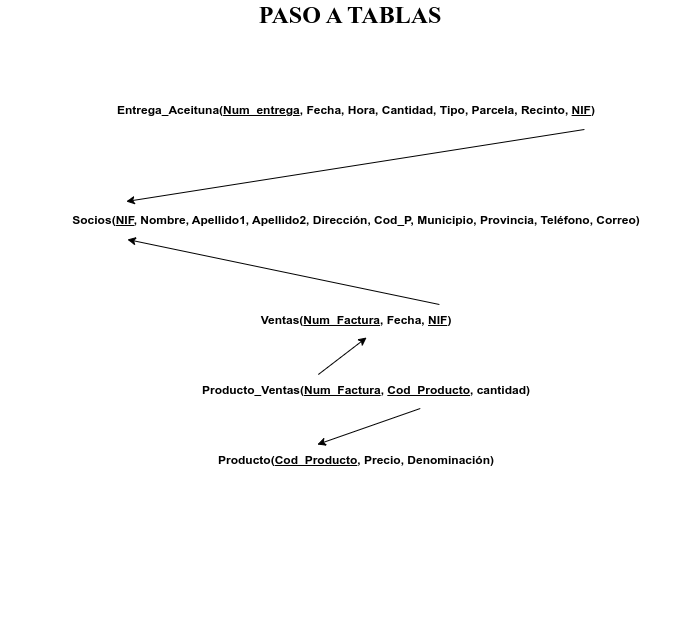
This is PASO_A_TABLAS.png from Rmolser373/PROYECTO-FINAL, a draw.io export, as it was before one commit. Source tidied: cells renumbered, new cells last; positions are measured from the earlier drawing's top-left corner, leaving out a move shared by most shapes.
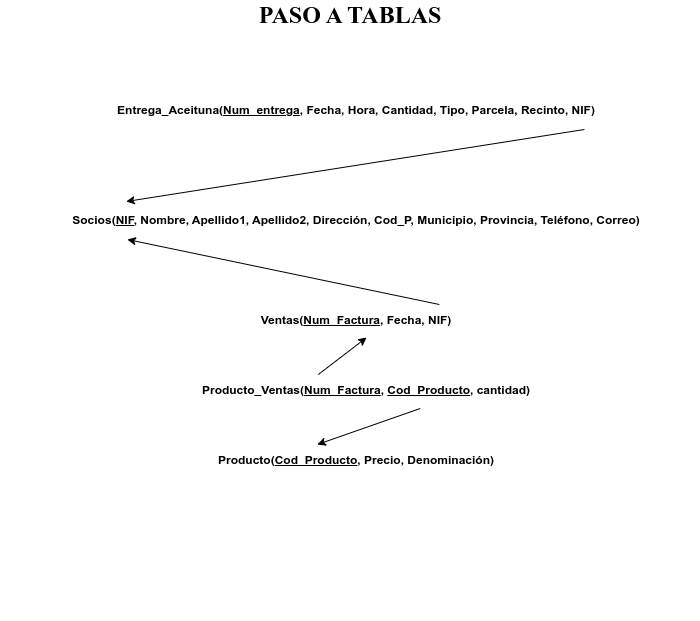
Later version of the same file.

Commit message:
CAMBIADA LA IMAGEN

Change to the diagram source:
```diff
@@ -23,13 +23,13 @@
         <mxPoint x="446" y="610" as="targetPoint" />
       </mxGeometry>
     </mxCell>
-    <mxCell id="6" value="&lt;b&gt;Entrega_Aceituna(&lt;u&gt;Num_entrega&lt;/u&gt;, Fecha, Hora, Cantidad, Tipo, Parcela, Recinto, &lt;u&gt;NIF&lt;/u&gt;)&lt;/b&gt;" style="text;html=1;align=center;verticalAlign=middle;whiteSpace=wrap;rounded=0;" parent="1" vertex="1">
+    <mxCell id="6" value="&lt;b&gt;Entrega_Aceituna(&lt;u&gt;Num_entrega&lt;/u&gt;, Fecha, Hora, Cantidad, Tipo, Parcela, Recinto, NIF)&lt;/b&gt;" style="text;html=1;align=center;verticalAlign=middle;whiteSpace=wrap;rounded=0;" parent="1" vertex="1">
       <mxGeometry x="76" y="95" width="560" height="30" as="geometry" />
     </mxCell>
     <mxCell id="7" value="&lt;b&gt;Socios(&lt;u&gt;NIF&lt;/u&gt;, Nombre, Apellido1, Apellido2, Dirección, Cod_P, Municipio, Provincia, Teléfono, Correo)&lt;/b&gt;" style="text;html=1;align=center;verticalAlign=middle;whiteSpace=wrap;rounded=0;" parent="1" vertex="1">
       <mxGeometry x="66" y="205" width="580" height="30" as="geometry" />
     </mxCell>
-    <mxCell id="8" value="&lt;b&gt;Ventas(&lt;u&gt;Num_Factura&lt;/u&gt;, Fecha, &lt;u&gt;NIF&lt;/u&gt;)&lt;/b&gt;" style="text;html=1;align=center;verticalAlign=middle;whiteSpace=wrap;rounded=0;" parent="1" vertex="1">
+    <mxCell id="8" value="&lt;b&gt;Ventas(&lt;u&gt;Num_Factura&lt;/u&gt;, Fecha, NIF)&lt;/b&gt;" style="text;html=1;align=center;verticalAlign=middle;whiteSpace=wrap;rounded=0;" parent="1" vertex="1">
       <mxGeometry x="76" y="305" width="560" height="30" as="geometry" />
     </mxCell>
     <mxCell id="9" value="&lt;b&gt;Producto(&lt;u&gt;Cod_Producto&lt;/u&gt;, Precio, Denominación)&lt;/b&gt;" style="text;html=1;align=center;verticalAlign=middle;whiteSpace=wrap;rounded=0;" parent="1" vertex="1">
```
